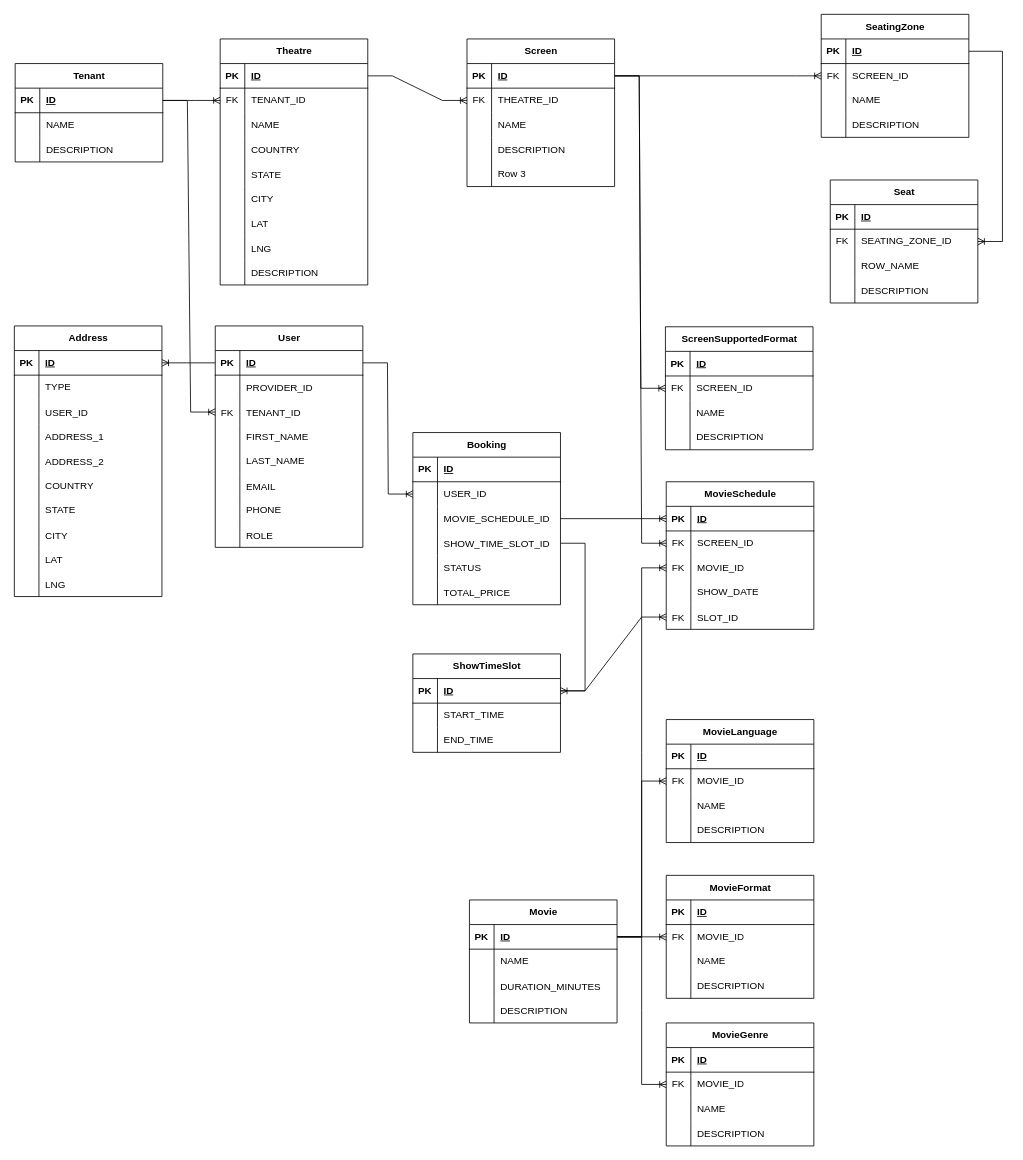
itzmedinesh/drawings keeps this draw.io diagram as Untitled Diagram.drawio. Above is the earlier version. Source tidied: cells renumbered, new cells numbered last; positions are measured from the earlier drawing's top-left corner, leaving out a move shared by most shapes. Both pictures are drawn from the tidied source at 82%, with x=0, y=0 at pixel (-59, 14).
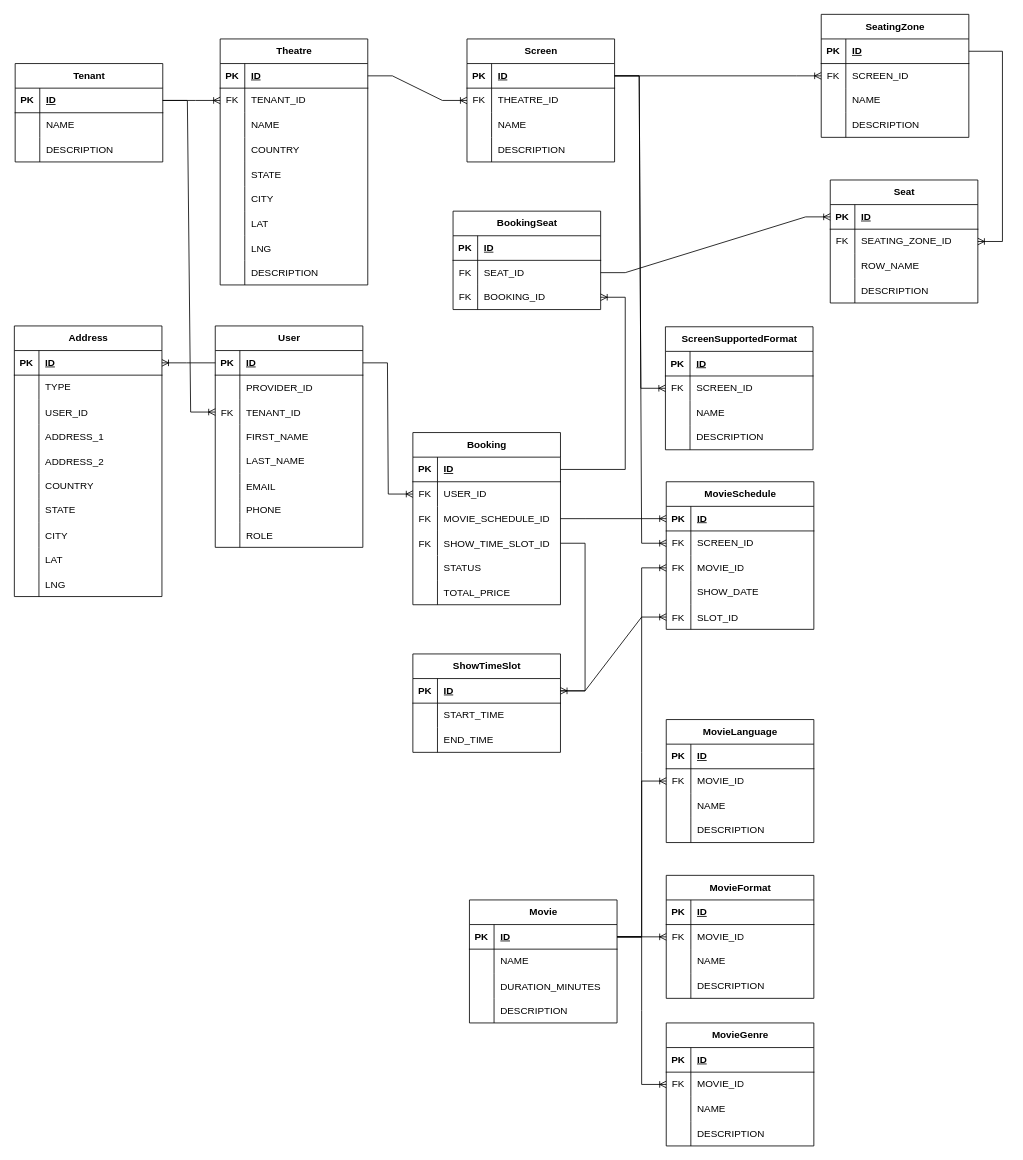
The same diagram, later.

Commit message:
Seat Booking Commit

Unchanged cells that the change refers to:
```xml
<mxCell id="29" style="shape=tableRow;horizontal=0;startSize=0;swimlaneHead=0;swimlaneBody=0;fillColor=none;points=[[0,0.5],[1,0.5]];portConstraint=eastwest;top=0;left=0;right=0;bottom=1;" parent="28" vertex="1">
  <mxGeometry y="30" width="180" height="30" as="geometry" />
</mxCell>
<mxCell id="243" style="shape=tableRow;horizontal=0;startSize=0;swimlaneHead=0;swimlaneBody=0;fillColor=none;points=[[0,0.5],[1,0.5]];portConstraint=eastwest;top=0;left=0;right=0;bottom=1;" parent="242" vertex="1">
  <mxGeometry y="30" width="180" height="30" as="geometry" />
</mxCell>
<mxCell id="246" style="shape=tableRow;horizontal=0;startSize=0;swimlaneHead=0;swimlaneBody=0;fillColor=none;points=[[0,0.5],[1,0.5]];portConstraint=eastwest;top=0;left=0;right=0;bottom=0;" parent="242" vertex="1">
  <mxGeometry y="60" width="180" height="30" as="geometry" />
</mxCell>
<mxCell id="249" style="shape=tableRow;horizontal=0;startSize=0;swimlaneHead=0;swimlaneBody=0;fillColor=none;points=[[0,0.5],[1,0.5]];portConstraint=eastwest;top=0;left=0;right=0;bottom=0;" parent="242" vertex="1">
  <mxGeometry y="90" width="180" height="30" as="geometry" />
</mxCell>
<mxCell id="252" style="shape=tableRow;horizontal=0;startSize=0;swimlaneHead=0;swimlaneBody=0;fillColor=none;points=[[0,0.5],[1,0.5]];portConstraint=eastwest;top=0;left=0;right=0;bottom=0;" parent="242" vertex="1">
  <mxGeometry y="120" width="180" height="30" as="geometry" />
</mxCell>
```

Change to the diagram source:
```diff
@@
     <mxCell id="12" value="Screen" style="shape=table;startSize=30;childLayout=tableLayout;rowLines=0;fontStyle=1;align=center;html=1;" parent="1" vertex="1">
-      <mxGeometry x="641" y="30" width="180" height="180" as="geometry" />
+      <mxGeometry x="641" y="30" width="180" height="150" as="geometry" />
     </mxCell>
@@
-    <mxCell id="25" style="shape=tableRow;horizontal=0;startSize=0;swimlaneHead=0;swimlaneBody=0;fillColor=none;top=0;left=0;right=0;bottom=0;" parent="12" vertex="1">
-      <mxGeometry y="150" width="180" height="30" as="geometry" />
-    </mxCell>
-    <mxCell id="26" style="shape=partialRectangle;fillColor=none;top=0;left=0;bottom=0;right=0;overflow=hidden;whiteSpace=wrap;html=1;" parent="25" vertex="1">
-      <mxGeometry width="30" height="30" as="geometry" />
-    </mxCell>
-    <mxCell id="27" value="Row 3" style="shape=partialRectangle;fillColor=none;top=0;left=0;bottom=0;right=0;align=left;spacingLeft=6;overflow=hidden;whiteSpace=wrap;html=1;" parent="25" vertex="1">
-      <mxGeometry x="30" width="150" height="30" as="geometry" />
-    </mxCell>
@@
-    <mxCell id="247" style="shape=partialRectangle;fillColor=none;top=0;left=0;bottom=0;right=0;overflow=hidden;whiteSpace=wrap;html=1;" parent="246" vertex="1">
+    <mxCell id="247" value="FK" style="shape=partialRectangle;fillColor=none;top=0;left=0;bottom=0;right=0;overflow=hidden;whiteSpace=wrap;html=1;" parent="246" vertex="1">
       <mxGeometry width="30" height="30" as="geometry" />
     </mxCell>
@@
-    <mxCell id="250" style="shape=partialRectangle;fillColor=none;top=0;left=0;bottom=0;right=0;overflow=hidden;whiteSpace=wrap;html=1;" parent="249" vertex="1">
+    <mxCell id="250" value="FK" style="shape=partialRectangle;fillColor=none;top=0;left=0;bottom=0;right=0;overflow=hidden;whiteSpace=wrap;html=1;" parent="249" vertex="1">
       <mxGeometry width="30" height="30" as="geometry" />
     </mxCell>
@@
-    <mxCell id="253" style="shape=partialRectangle;fillColor=none;top=0;left=0;bottom=0;right=0;overflow=hidden;" parent="252" vertex="1">
+    <mxCell id="253" value="FK" style="shape=partialRectangle;fillColor=none;top=0;left=0;bottom=0;right=0;overflow=hidden;" parent="252" vertex="1">
       <mxGeometry width="30" height="30" as="geometry" />
     </mxCell>
@@
+    <mxCell id="264" value="BookingSeat" style="shape=table;startSize=30;childLayout=tableLayout;rowLines=0;fontStyle=1;align=center;html=1;" parent="1" vertex="1">
+      <mxGeometry x="624" y="240" width="180" height="120" as="geometry" />
+    </mxCell>
+    <mxCell id="265" style="shape=tableRow;horizontal=0;startSize=0;swimlaneHead=0;swimlaneBody=0;fillColor=none;top=0;left=0;right=0;bottom=1;" parent="264" vertex="1">
+      <mxGeometry y="30" width="180" height="30" as="geometry" />
+    </mxCell>
+    <mxCell id="266" value="PK" style="shape=partialRectangle;fillColor=none;top=0;left=0;bottom=0;right=0;fontStyle=1;overflow=hidden;whiteSpace=wrap;html=1;" parent="265" vertex="1">
+      <mxGeometry width="30" height="30" as="geometry" />
+    </mxCell>
+    <mxCell id="267" value="ID" style="shape=partialRectangle;fillColor=none;top=0;left=0;bottom=0;right=0;align=left;spacingLeft=6;fontStyle=5;overflow=hidden;whiteSpace=wrap;html=1;" parent="265" vertex="1">
+      <mxGeometry x="30" width="150" height="30" as="geometry" />
+    </mxCell>
+    <mxCell id="268" style="shape=tableRow;horizontal=0;startSize=0;swimlaneHead=0;swimlaneBody=0;fillColor=none;points=[[0,0.5],[1,0.5]];portConstraint=eastwest;top=0;left=0;right=0;bottom=0;" parent="264" vertex="1">
+      <mxGeometry y="60" width="180" height="30" as="geometry" />
+    </mxCell>
+    <mxCell id="269" value="FK" style="shape=partialRectangle;fillColor=none;top=0;left=0;bottom=0;right=0;overflow=hidden;whiteSpace=wrap;html=1;" parent="268" vertex="1">
+      <mxGeometry width="30" height="30" as="geometry" />
+    </mxCell>
+    <mxCell id="270" value="SEAT_ID" style="shape=partialRectangle;fillColor=none;top=0;left=0;bottom=0;right=0;align=left;spacingLeft=6;overflow=hidden;whiteSpace=wrap;html=1;" parent="268" vertex="1">
+      <mxGeometry x="30" width="150" height="30" as="geometry" />
+    </mxCell>
+    <mxCell id="271" style="shape=tableRow;horizontal=0;startSize=0;swimlaneHead=0;swimlaneBody=0;fillColor=none;points=[[0,0.5],[1,0.5]];portConstraint=eastwest;top=0;left=0;right=0;bottom=0;" parent="264" vertex="1">
+      <mxGeometry y="90" width="180" height="30" as="geometry" />
+    </mxCell>
+    <mxCell id="272" value="FK" style="shape=partialRectangle;fillColor=none;top=0;left=0;bottom=0;right=0;overflow=hidden;whiteSpace=wrap;html=1;" parent="271" vertex="1">
+      <mxGeometry width="30" height="30" as="geometry" />
+    </mxCell>
+    <mxCell id="273" value="BOOKING_ID" style="shape=partialRectangle;fillColor=none;top=0;left=0;bottom=0;right=0;align=left;spacingLeft=6;overflow=hidden;whiteSpace=wrap;html=1;" parent="271" vertex="1">
+      <mxGeometry x="30" width="150" height="30" as="geometry" />
+    </mxCell>
+    <mxCell id="274" style="edgeStyle=entityRelationEdgeStyle;fontSize=12;html=1;endArrow=ERoneToMany;rounded=0;" parent="1" edge="1" source="243" target="271">
+      <mxGeometry relative="1" as="geometry" />
+    </mxCell>
+    <mxCell id="275" style="edgeStyle=entityRelationEdgeStyle;fontSize=12;html=1;endArrow=ERoneToMany;rounded=0;" parent="1" edge="1" source="268" target="29">
+      <mxGeometry relative="1" as="geometry" />
+    </mxCell>
```
